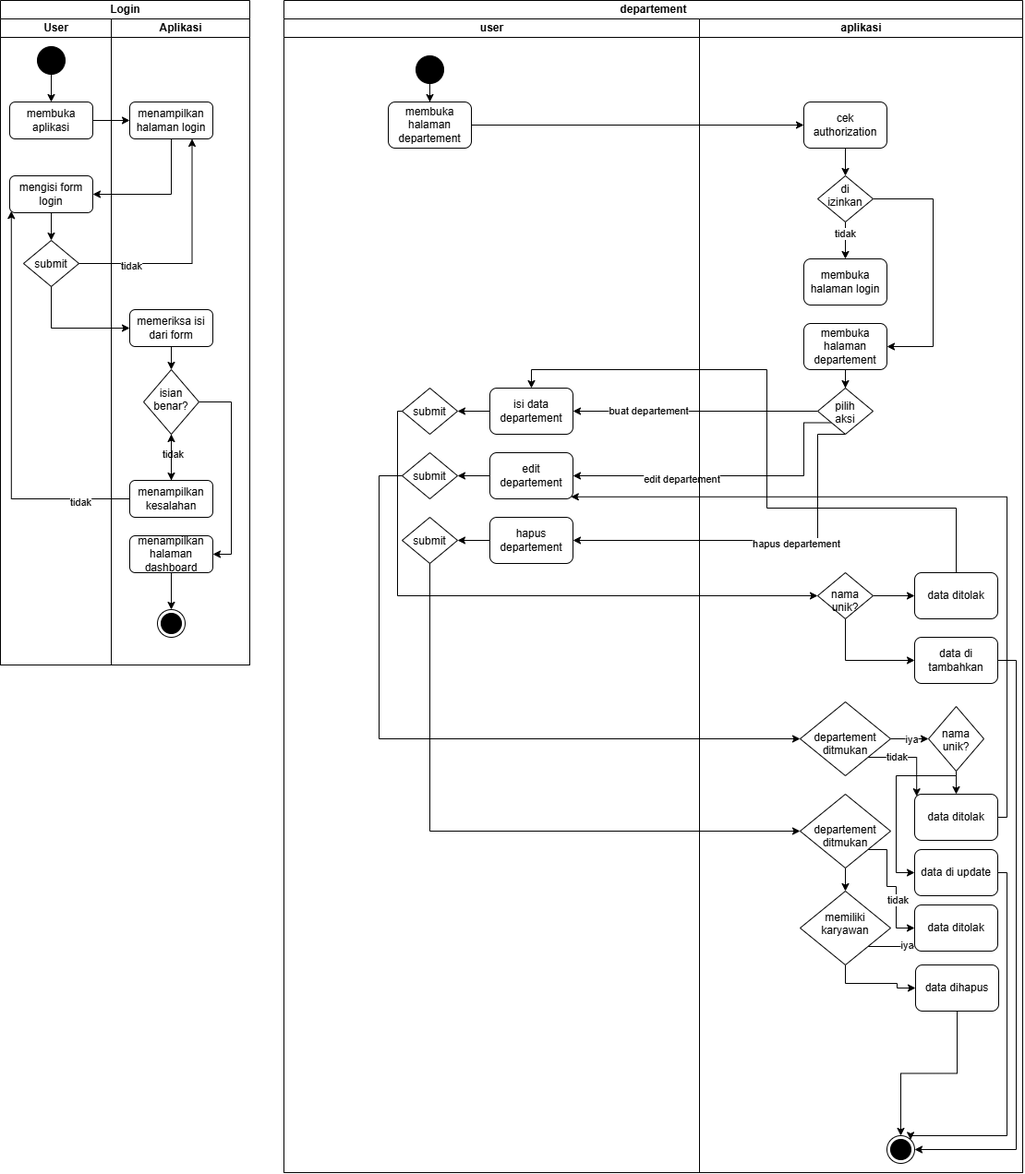
Athela19/test-amerta keeps this draw.io diagram as docs/activity.png. Above is the earlier version. Source tidied: cells renumbered, new cells last; positions are measured from the earlier drawing's top-left corner, leaving out a move shared by most shapes.
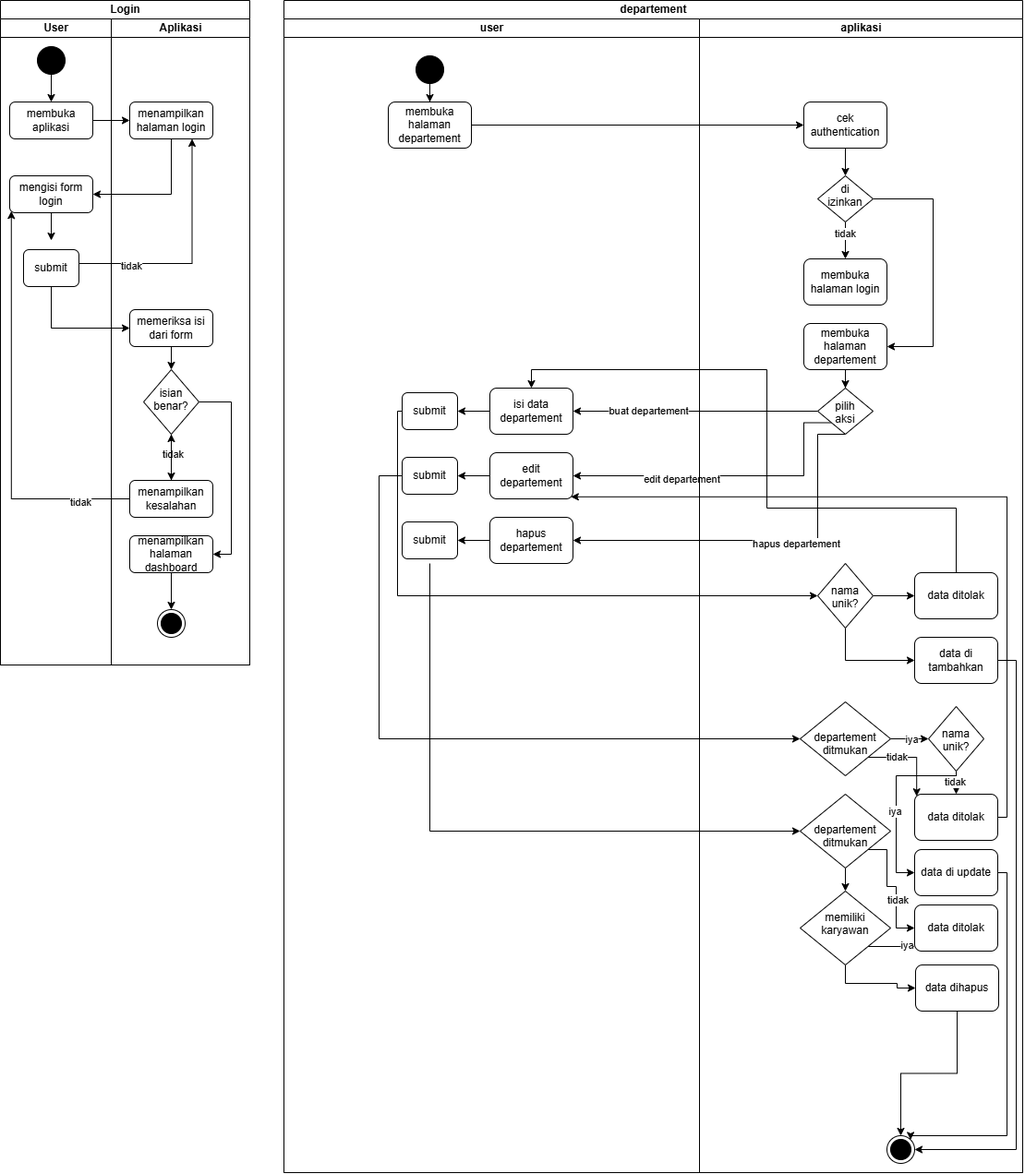
The same file after the commit.

Change to the diagram source:
```diff
@@ -17,15 +17,17 @@
     <mxCell id="6" value="membuka aplikasi" style="rounded=1;whiteSpace=wrap;html=1;roundedPerimeter=1;" parent="3" vertex="1">
       <mxGeometry x="10" y="90" width="90" height="40" as="geometry" />
     </mxCell>
-    <mxCell id="7" style="edgeStyle=orthogonalEdgeStyle;rounded=0;jettySize=auto;html=1;defaultLabelBackgroundColor=page;" parent="3" edge="1" source="8" target="9">
-      <mxGeometry relative="1" as="geometry" />
+    <mxCell id="7" style="edgeStyle=orthogonalEdgeStyle;rounded=0;jettySize=auto;html=1;defaultLabelBackgroundColor=page;" parent="3" edge="1" source="8">
+      <mxGeometry relative="1" as="geometry">
+        <mxPoint x="55" y="240" as="targetPoint" />
+      </mxGeometry>
     </mxCell>
     <mxCell id="8" value="mengisi form login" style="rounded=1;whiteSpace=wrap;html=1;roundedPerimeter=1;" parent="3" vertex="1">
       <mxGeometry x="10" y="170" width="90" height="40" as="geometry" />
     </mxCell>
-    <mxCell id="9" value="submit" style="rhombus;whiteSpace=wrap;html=1;shapeInside=1;" parent="3" vertex="1">
-      <mxGeometry x="25" y="240" width="60" height="50" as="geometry" />
-    </mxCell>
+    <mxCell id="96" value="submit" style="rounded=1;whiteSpace=wrap;html=1;roundedPerimeter=1;" parent="3" vertex="1">
+      <mxGeometry x="25" y="250" width="60" height="40" as="geometry" />
+    </mxCell>
     <mxCell id="10" value="Aplikasi" style="swimlane;startSize=20;html=1;" parent="2" vertex="1">
       <mxGeometry x="120" y="20" width="150" height="700" as="geometry" />
     </mxCell>
@@ -80,14 +82,17 @@
         </Array>
       </mxGeometry>
     </mxCell>
-    <mxCell id="25" style="edgeStyle=orthogonalEdgeStyle;rounded=0;jettySize=auto;html=1;entryX=0.75;entryY=1;entryDx=0;entryDy=0;defaultLabelBackgroundColor=page;" parent="2" edge="1" source="9" target="11">
-      <mxGeometry relative="1" as="geometry" />
+    <mxCell id="25" style="edgeStyle=orthogonalEdgeStyle;rounded=0;jettySize=auto;html=1;entryX=0.75;entryY=1;entryDx=0;entryDy=0;defaultLabelBackgroundColor=page;" parent="2" edge="1" target="11">
+      <mxGeometry relative="1" as="geometry">
+        <mxPoint x="85" y="285" as="sourcePoint" />
+      </mxGeometry>
     </mxCell>
     <mxCell id="26" value="tidak" style="edgeLabel;html=1;align=center;verticalAlign=middle;inheritText=1;defaultLabelBackgroundColor=page;" parent="25" vertex="1">
       <mxGeometry x="-0.56" y="-2" relative="1" as="geometry" />
     </mxCell>
-    <mxCell id="27" style="edgeStyle=orthogonalEdgeStyle;rounded=0;jettySize=auto;html=1;entryX=0;entryY=0.5;entryDx=0;entryDy=0;defaultLabelBackgroundColor=page;" parent="2" edge="1" source="9" target="13">
+    <mxCell id="27" style="edgeStyle=orthogonalEdgeStyle;rounded=0;jettySize=auto;html=1;entryX=0;entryY=0.5;entryDx=0;entryDy=0;defaultLabelBackgroundColor=page;" parent="2" edge="1" target="13">
       <mxGeometry relative="1" as="geometry">
+        <mxPoint x="55" y="310" as="sourcePoint" />
         <Array as="points">
           <mxPoint x="55" y="355" />
         </Array>
@@ -114,20 +119,26 @@
     <mxCell id="34" value="membuka halaman departement" style="rounded=1;whiteSpace=wrap;html=1;roundedPerimeter=1;" parent="31" vertex="1">
       <mxGeometry x="113" y="90" width="90" height="50" as="geometry" />
     </mxCell>
-    <mxCell id="35" style="edgeStyle=orthogonalEdgeStyle;rounded=0;jettySize=auto;html=1;defaultLabelBackgroundColor=page;" parent="31" edge="1" source="36" target="45">
-      <mxGeometry relative="1" as="geometry" />
+    <mxCell id="35" style="edgeStyle=orthogonalEdgeStyle;rounded=0;jettySize=auto;html=1;defaultLabelBackgroundColor=page;" parent="31" edge="1" source="36">
+      <mxGeometry relative="1" as="geometry">
+        <mxPoint x="188" y="425" as="targetPoint" />
+      </mxGeometry>
     </mxCell>
     <mxCell id="36" value="isi data departement" style="rounded=1;whiteSpace=wrap;html=1;roundedPerimeter=1;" parent="31" vertex="1">
       <mxGeometry x="223" y="400" width="90" height="50" as="geometry" />
     </mxCell>
-    <mxCell id="37" style="edgeStyle=orthogonalEdgeStyle;rounded=0;jettySize=auto;html=1;defaultLabelBackgroundColor=page;" parent="31" edge="1" source="38" target="46">
-      <mxGeometry relative="1" as="geometry" />
+    <mxCell id="37" style="edgeStyle=orthogonalEdgeStyle;rounded=0;jettySize=auto;html=1;defaultLabelBackgroundColor=page;" parent="31" edge="1" source="38">
+      <mxGeometry relative="1" as="geometry">
+        <mxPoint x="188" y="495" as="targetPoint" />
+      </mxGeometry>
     </mxCell>
     <mxCell id="38" value="edit departement" style="rounded=1;whiteSpace=wrap;html=1;roundedPerimeter=1;" parent="31" vertex="1">
       <mxGeometry x="223" y="470" width="90" height="50" as="geometry" />
     </mxCell>
-    <mxCell id="39" style="edgeStyle=orthogonalEdgeStyle;rounded=0;jettySize=auto;html=1;defaultLabelBackgroundColor=page;" parent="31" edge="1" source="40" target="47">
-      <mxGeometry relative="1" as="geometry" />
+    <mxCell id="39" style="edgeStyle=orthogonalEdgeStyle;rounded=0;jettySize=auto;html=1;defaultLabelBackgroundColor=page;" parent="31" edge="1" source="40">
+      <mxGeometry relative="1" as="geometry">
+        <mxPoint x="188" y="565" as="targetPoint" />
+      </mxGeometry>
     </mxCell>
     <mxCell id="40" value="hapus departement" style="rounded=1;whiteSpace=wrap;html=1;roundedPerimeter=1;" parent="31" vertex="1">
       <mxGeometry x="223" y="540" width="90" height="50" as="geometry" />
@@ -156,15 +167,15 @@
     <mxCell id="44" value="hapus departement" style="edgeLabel;html=1;align=center;verticalAlign=middle;inheritText=1;defaultLabelBackgroundColor=page;" parent="43" vertex="1">
       <mxGeometry x="-0.18" y="3" relative="1" as="geometry" />
     </mxCell>
-    <mxCell id="45" value="submit" style="rhombus;whiteSpace=wrap;html=1;shapeInside=1;" parent="31" vertex="1">
-      <mxGeometry x="128" y="400" width="60" height="50" as="geometry" />
-    </mxCell>
-    <mxCell id="46" value="submit" style="rhombus;whiteSpace=wrap;html=1;shapeInside=1;" parent="31" vertex="1">
-      <mxGeometry x="128" y="470" width="60" height="50" as="geometry" />
-    </mxCell>
-    <mxCell id="47" value="submit" style="rhombus;whiteSpace=wrap;html=1;shapeInside=1;" parent="31" vertex="1">
-      <mxGeometry x="128" y="540" width="60" height="50" as="geometry" />
-    </mxCell>
+    <mxCell id="97" value="submit" style="rounded=1;whiteSpace=wrap;html=1;roundedPerimeter=1;" parent="31" vertex="1">
+      <mxGeometry x="128" y="405" width="60" height="40" as="geometry" />
+    </mxCell>
+    <mxCell id="98" value="submit" style="rounded=1;whiteSpace=wrap;html=1;roundedPerimeter=1;" parent="31" vertex="1">
+      <mxGeometry x="128" y="475" width="60" height="40" as="geometry" />
+    </mxCell>
+    <mxCell id="99" value="submit" style="rounded=1;whiteSpace=wrap;html=1;roundedPerimeter=1;" parent="31" vertex="1">
+      <mxGeometry x="128" y="545" width="60" height="40" as="geometry" />
+    </mxCell>
     <mxCell id="48" style="edgeStyle=orthogonalEdgeStyle;rounded=0;jettySize=auto;html=1;entryX=0;entryY=0.5;entryDx=0;entryDy=0;defaultLabelBackgroundColor=page;" parent="30" edge="1" source="34" target="58">
       <mxGeometry relative="1" as="geometry" />
     </mxCell>
@@ -176,8 +187,9 @@
     <mxCell id="50" value="buat departement" style="edgeLabel;html=1;align=center;verticalAlign=middle;inheritText=1;defaultLabelBackgroundColor=page;" parent="49" vertex="1">
       <mxGeometry x="0.38" y="-1" relative="1" as="geometry" />
     </mxCell>
-    <mxCell id="51" style="edgeStyle=orthogonalEdgeStyle;rounded=0;jettySize=auto;html=1;entryX=0;entryY=0.5;entryDx=0;entryDy=0;defaultLabelBackgroundColor=page;" parent="30" edge="1" source="45" target="69">
+    <mxCell id="51" style="edgeStyle=orthogonalEdgeStyle;rounded=0;jettySize=auto;html=1;entryX=0;entryY=0.5;entryDx=0;entryDy=0;defaultLabelBackgroundColor=page;" parent="30" edge="1" target="69">
       <mxGeometry relative="1" as="geometry">
+        <mxPoint x="128" y="445" as="sourcePoint" />
         <Array as="points">
           <mxPoint x="123" y="445" />
           <mxPoint x="123" y="645" />
@@ -194,8 +206,9 @@
         </Array>
       </mxGeometry>
     </mxCell>
-    <mxCell id="53" style="edgeStyle=orthogonalEdgeStyle;rounded=0;jettySize=auto;html=1;entryX=0;entryY=0.5;entryDx=0;entryDy=0;defaultLabelBackgroundColor=page;" parent="30" edge="1" source="46" target="78">
+    <mxCell id="53" style="edgeStyle=orthogonalEdgeStyle;rounded=0;jettySize=auto;html=1;entryX=0;entryY=0.5;entryDx=0;entryDy=0;defaultLabelBackgroundColor=page;" parent="30" edge="1" target="78">
       <mxGeometry relative="1" as="geometry">
+        <mxPoint x="128" y="515" as="sourcePoint" />
         <Array as="points">
           <mxPoint x="103" y="515" />
           <mxPoint x="103" y="800" />
@@ -210,8 +223,9 @@
         </Array>
       </mxGeometry>
     </mxCell>
-    <mxCell id="55" style="edgeStyle=orthogonalEdgeStyle;rounded=0;jettySize=auto;html=1;entryX=0;entryY=0.5;entryDx=0;entryDy=0;defaultLabelBackgroundColor=page;" parent="30" edge="1" source="47" target="88">
+    <mxCell id="55" style="edgeStyle=orthogonalEdgeStyle;rounded=0;jettySize=auto;html=1;entryX=0;entryY=0.5;entryDx=0;entryDy=0;defaultLabelBackgroundColor=page;" parent="30" edge="1" target="88">
       <mxGeometry relative="1" as="geometry">
+        <mxPoint x="158" y="610" as="sourcePoint" />
         <Array as="points">
           <mxPoint x="158" y="900" />
         </Array>
@@ -223,7 +237,7 @@
     <mxCell id="57" style="edgeStyle=orthogonalEdgeStyle;rounded=0;jettySize=auto;html=1;defaultLabelBackgroundColor=page;" parent="56" edge="1" source="58" target="65">
       <mxGeometry relative="1" as="geometry" />
     </mxCell>
-    <mxCell id="58" value="cek authorization" style="rounded=1;whiteSpace=wrap;html=1;roundedPerimeter=1;" parent="56" vertex="1">
+    <mxCell id="58" value="cek authentication" style="rounded=1;whiteSpace=wrap;html=1;roundedPerimeter=1;" parent="56" vertex="1">
       <mxGeometry x="113" y="90" width="90" height="50" as="geometry" />
     </mxCell>
     <mxCell id="59" value="membuka halaman login" style="rounded=1;whiteSpace=wrap;html=1;roundedPerimeter=1;" parent="56" vertex="1">
@@ -265,8 +279,13 @@
         </Array>
       </mxGeometry>
     </mxCell>
+    <mxCell id="100" style="edgeStyle=orthogonalEdgeStyle;rounded=0;jettySize=auto;html=1;exitX=0.5;exitY=1;exitDx=0;exitDy=0;defaultLabelBackgroundColor=page;" parent="56" edge="1" source="69">
+      <mxGeometry relative="1" as="geometry">
+        <mxPoint x="158.1" y="660" as="targetPoint" />
+      </mxGeometry>
+    </mxCell>
     <mxCell id="69" value="nama unik?" style="rhombus;whiteSpace=wrap;html=1;shapeInside=1;" parent="56" vertex="1">
-      <mxGeometry x="128" y="600" width="60" height="50" as="geometry" />
+      <mxGeometry x="128" y="590" width="60" height="70" as="geometry" />
     </mxCell>
     <mxCell id="70" value="data ditolak" style="rounded=1;whiteSpace=wrap;html=1;roundedPerimeter=1;" parent="56" vertex="1">
       <mxGeometry x="233" y="600" width="90" height="50" as="geometry" />
@@ -303,6 +322,9 @@
     <mxCell id="79" style="edgeStyle=orthogonalEdgeStyle;rounded=0;jettySize=auto;html=1;defaultLabelBackgroundColor=page;" parent="56" edge="1" source="81" target="82">
       <mxGeometry relative="1" as="geometry" />
     </mxCell>
+    <mxCell id="101" value="tidak" style="edgeLabel;html=1;align=center;verticalAlign=middle;inheritText=1;defaultLabelBackgroundColor=page;" parent="79" vertex="1">
+      <mxGeometry x="0.07" y="2" relative="1" as="geometry" />
+    </mxCell>
     <mxCell id="80" style="edgeStyle=orthogonalEdgeStyle;rounded=0;jettySize=auto;html=1;entryX=0;entryY=0.5;entryDx=0;entryDy=0;defaultLabelBackgroundColor=page;" parent="56" edge="1" source="81" target="84">
       <mxGeometry relative="1" as="geometry">
         <Array as="points">
@@ -312,6 +334,9 @@
         </Array>
       </mxGeometry>
     </mxCell>
+    <mxCell id="102" value="iya" style="edgeLabel;html=1;align=center;verticalAlign=middle;inheritText=1;defaultLabelBackgroundColor=page;" parent="80" vertex="1">
+      <mxGeometry x="0.11" y="-2" relative="1" as="geometry" />
+    </mxCell>
     <mxCell id="81" value="nama unik?" style="rhombus;whiteSpace=wrap;html=1;shapeInside=1;" parent="56" vertex="1">
       <mxGeometry x="248" y="745" width="60" height="70" as="geometry" />
     </mxCell>
```
